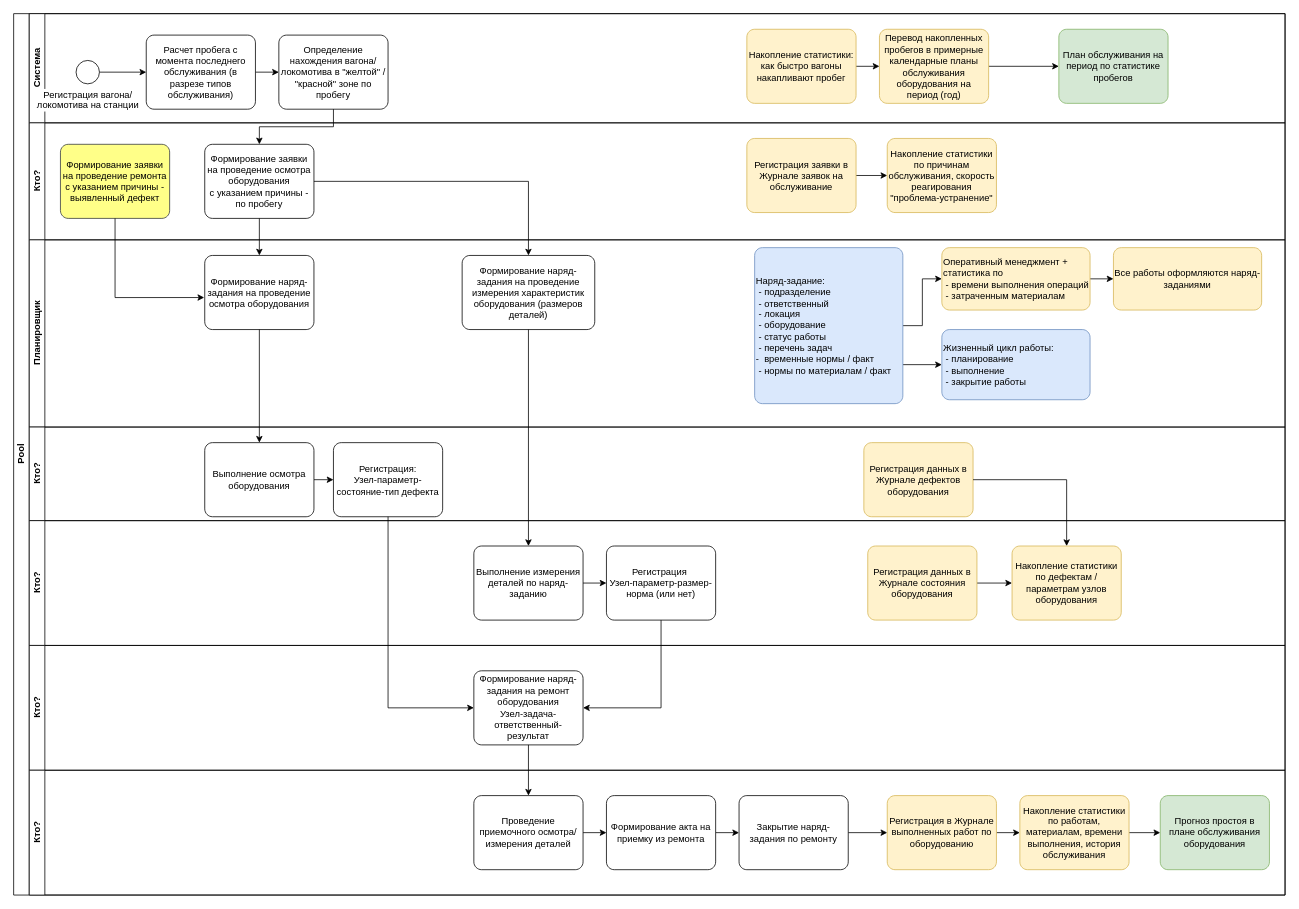
Above: maint/Бизнес-процессы.drawio in tvolodi-ab/ASCOA (draw.io), before the change. Source tidied: cells renumbered, new cells numbered last; positions are measured from the earlier drawing's top-left corner, leaving out a move shared by most shapes. Both pictures are drawn from the tidied source at 78%, with x=0, y=0 at pixel (13, 13).
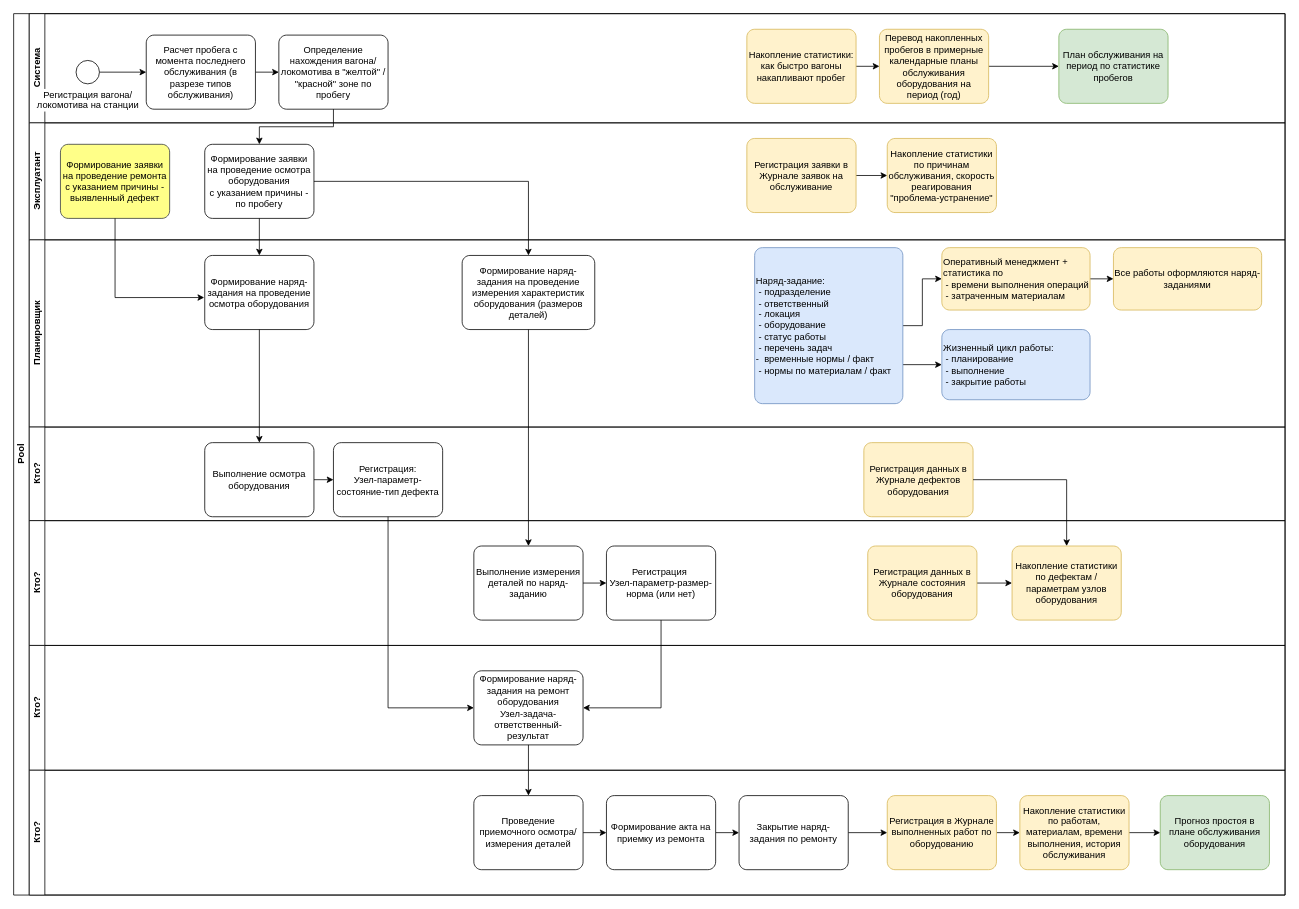
After the change.

The change refers to these unchanged cells:
```xml
<mxCell id="2" value="Pool" style="swimlane;html=1;horizontal=0;startSize=20;" parent="1" vertex="1">
  <mxGeometry width="1630" height="1130" as="geometry" />
</mxCell>
```

The edit, as a diff of the source:
```diff
@@
-    <mxCell id="14" value="Кто?" style="swimlane;html=1;startSize=20;horizontal=0;" parent="2" vertex="1">
+    <mxCell id="14" value="Эксплуатант" style="swimlane;html=1;startSize=20;horizontal=0;" parent="2" vertex="1">
       <mxGeometry x="20" y="140" width="1610" height="150" as="geometry" />
     </mxCell>
```
